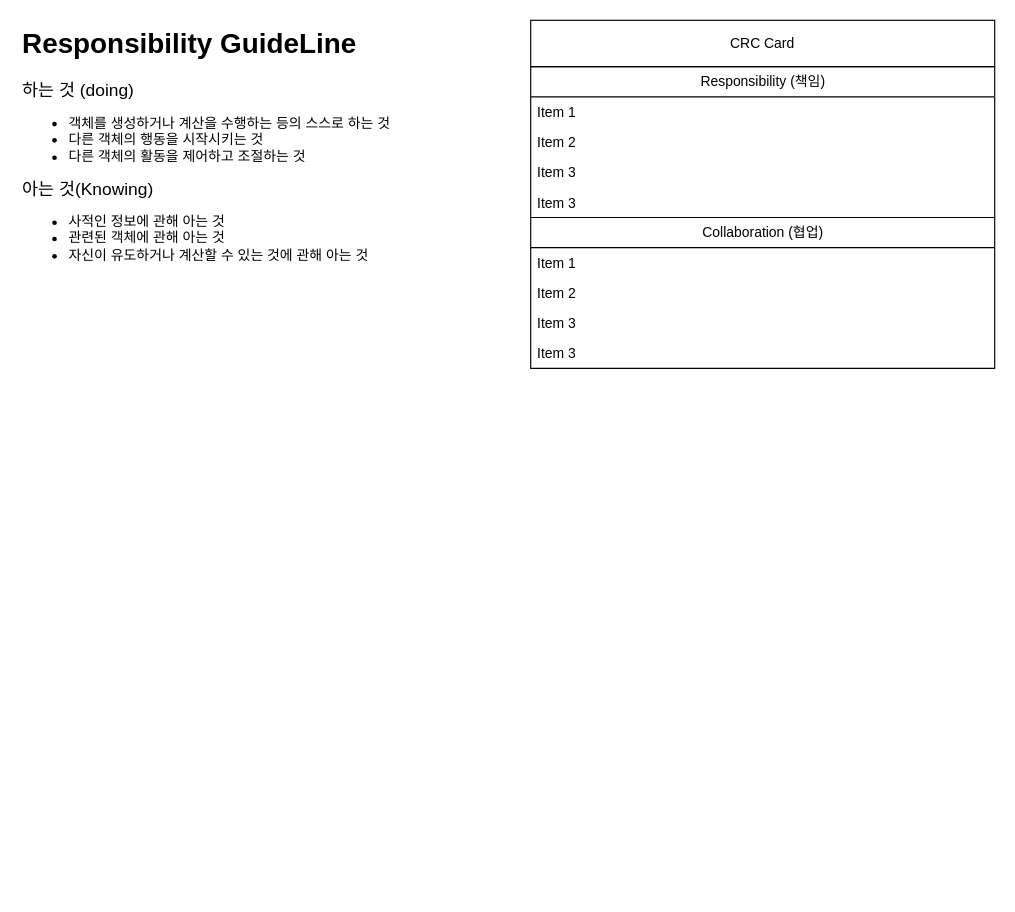
Before: page "Format" (3 of 3) of GameDesign.drawio in Dev-Lee-Jae-Wook/MobileTycoon, a draw.io diagram. Source tidied: cells renumbered, new cells numbered last; positions are measured from the earlier drawing's top-left corner, leaving out a move shared by most shapes. Both pictures are drawn from the tidied source at 116%, with x=0, y=0 at pixel (20, 20).
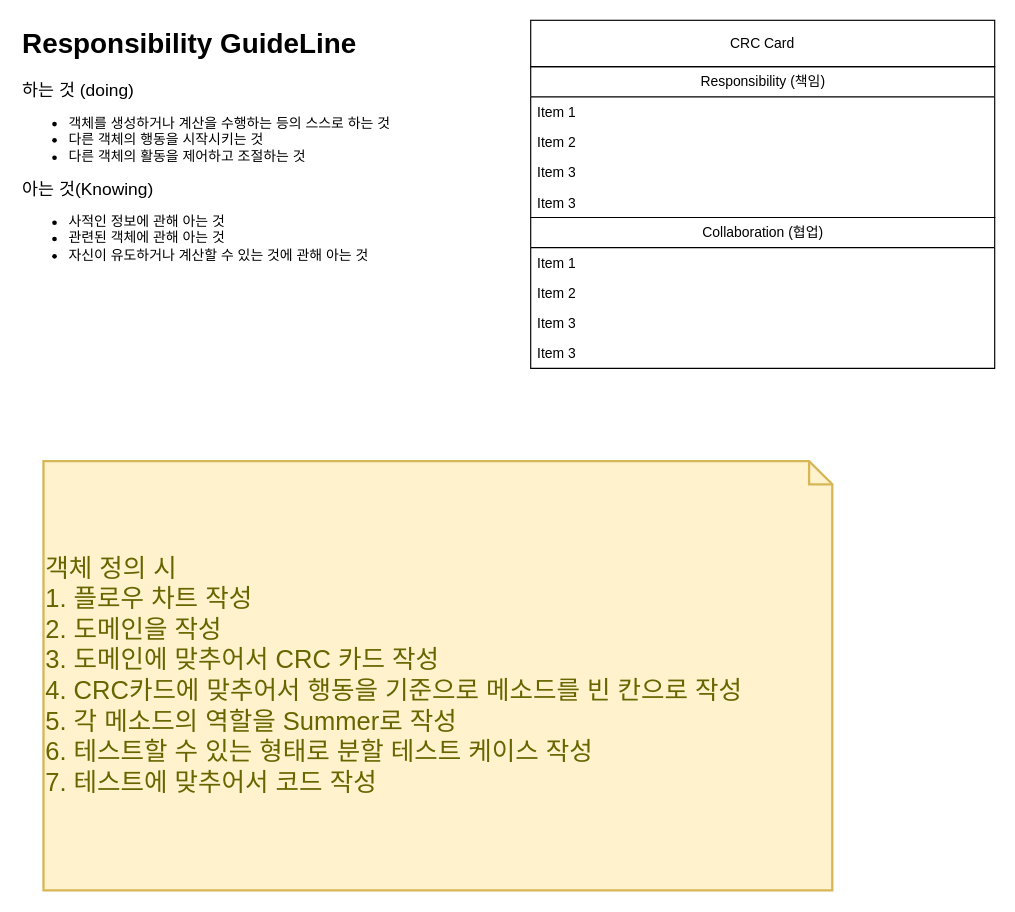
The same page after the edit.

What changed in the source:
```diff
@@
 <mxGraphModel>
   <root>
     <mxCell id="0" />
     <mxCell id="1" parent="0" />
     <mxCell id="2" value="&lt;h1 style=&quot;margin-top: 0px;&quot;&gt;Responsibility GuideLine&lt;/h1&gt;&lt;p&gt;&lt;font style=&quot;font-size: 15px;&quot;&gt;하는 것 (doing)&lt;/font&gt;&lt;/p&gt;&lt;p&gt;&lt;/p&gt;&lt;ul&gt;&lt;li&gt;&lt;font style=&quot;font-size: 12px;&quot;&gt;객체를 생성하거나 계산을 수행하는 등의 스스로 하는 것&lt;/font&gt;&lt;/li&gt;&lt;li&gt;&lt;font style=&quot;font-size: 12px;&quot;&gt;다른 객체의 행동을 시작시키는 것&lt;/font&gt;&lt;/li&gt;&lt;li&gt;&lt;font style=&quot;font-size: 12px;&quot;&gt;다른 객체의 활동을 제어하고 조절하는 것&lt;/font&gt;&lt;/li&gt;&lt;/ul&gt;&lt;div&gt;&lt;font style=&quot;font-size: 15px;&quot;&gt;아는 것(Knowing)&lt;/font&gt;&lt;/div&gt;&lt;div&gt;&lt;ul&gt;&lt;li style=&quot;&quot;&gt;사적인 정보에 관해 아는 것&lt;/li&gt;&lt;li style=&quot;&quot;&gt;관련된 객체에 관해 아는 것&lt;/li&gt;&lt;li style=&quot;&quot;&gt;자신이 유도하거나 계산할 수 있는 것에 관해 아는 것&lt;/li&gt;&lt;/ul&gt;&lt;/div&gt;&lt;p&gt;&lt;/p&gt;" style="text;html=1;whiteSpace=wrap;overflow=hidden;rounded=0;" parent="1" vertex="1">
       <mxGeometry width="400" height="230" as="geometry" />
     </mxCell>
     <mxCell id="3" style="group;" parent="1" vertex="1">
       <mxGeometry x="440" width="400" height="300" as="geometry" />
     </mxCell>
     <mxCell id="4" value="CRC Card" style="rounded=0;whiteSpace=wrap;html=1;" parent="3" vertex="1">
       <mxGeometry width="400" height="40" as="geometry" />
     </mxCell>
     <mxCell id="5" value="Responsibility (책임)" style="swimlane;fontStyle=0;horizontal=1;startSize=26;fillColor=none;html=1;" parent="3" vertex="1">
       <mxGeometry y="40" width="400" height="130" as="geometry" />
     </mxCell>
     <mxCell id="6" value="Item 1" style="text;strokeColor=none;fillColor=none;align=left;verticalAlign=top;spacingLeft=4;spacingRight=4;overflow=hidden;whiteSpace=wrap;html=1;" parent="5" vertex="1">
       <mxGeometry y="26" width="400" height="26" as="geometry" />
     </mxCell>
     <mxCell id="7" value="Item 2" style="text;strokeColor=none;fillColor=none;align=left;verticalAlign=top;spacingLeft=4;spacingRight=4;overflow=hidden;whiteSpace=wrap;html=1;" parent="5" vertex="1">
       <mxGeometry y="52" width="400" height="26" as="geometry" />
     </mxCell>
     <mxCell id="8" value="Item 3" style="text;strokeColor=none;fillColor=none;align=left;verticalAlign=top;spacingLeft=4;spacingRight=4;overflow=hidden;whiteSpace=wrap;html=1;" parent="5" vertex="1">
       <mxGeometry y="78" width="400" height="26" as="geometry" />
     </mxCell>
     <mxCell id="9" value="Item 3" style="text;strokeColor=none;fillColor=none;align=left;verticalAlign=top;spacingLeft=4;spacingRight=4;overflow=hidden;whiteSpace=wrap;html=1;" parent="5" vertex="1">
       <mxGeometry y="104" width="400" height="26" as="geometry" />
     </mxCell>
     <mxCell id="10" value="Collaboration (협업)" style="swimlane;fontStyle=0;horizontal=1;startSize=26;fillColor=none;html=1;swimlaneLine=1;" parent="3" vertex="1">
       <mxGeometry y="170" width="400" height="130" as="geometry" />
     </mxCell>
     <mxCell id="11" value="Item 1" style="text;strokeColor=none;fillColor=none;align=left;verticalAlign=top;spacingLeft=4;spacingRight=4;overflow=hidden;whiteSpace=wrap;html=1;" parent="10" vertex="1">
       <mxGeometry y="26" width="400" height="26" as="geometry" />
     </mxCell>
     <mxCell id="12" value="Item 2" style="text;strokeColor=none;fillColor=none;align=left;verticalAlign=top;spacingLeft=4;spacingRight=4;overflow=hidden;whiteSpace=wrap;html=1;" parent="10" vertex="1">
       <mxGeometry y="52" width="400" height="26" as="geometry" />
     </mxCell>
     <mxCell id="13" value="Item 3" style="text;strokeColor=none;fillColor=none;align=left;verticalAlign=top;spacingLeft=4;spacingRight=4;overflow=hidden;whiteSpace=wrap;html=1;" parent="10" vertex="1">
       <mxGeometry y="78" width="400" height="26" as="geometry" />
     </mxCell>
     <mxCell id="14" value="Item 3" style="text;strokeColor=none;fillColor=none;align=left;verticalAlign=top;spacingLeft=4;spacingRight=4;overflow=hidden;whiteSpace=wrap;html=1;" parent="10" vertex="1">
       <mxGeometry y="104" width="400" height="26" as="geometry" />
     </mxCell>
+    <mxCell id="15" value="&lt;div style=&quot;font-size: 22px;&quot;&gt;객체 정의 시&lt;/div&gt;&lt;div style=&quot;font-size: 22px;&quot;&gt;1. 플로우 차트 작성&lt;/div&gt;&lt;div style=&quot;font-size: 22px;&quot;&gt;2. 도메인을 작성&lt;/div&gt;&lt;div style=&quot;font-size: 22px;&quot;&gt;3. 도메인에 맞추어서 CRC 카드 작성&lt;/div&gt;&lt;div style=&quot;font-size: 22px;&quot;&gt;4. CRC카드에 맞추어서 행동을 기준으로 메소드를 빈 칸으로 작성&lt;/div&gt;&lt;div style=&quot;font-size: 22px;&quot;&gt;5. 각 메소드의 역할을 Summer로 작성&lt;/div&gt;&lt;div style=&quot;font-size: 22px;&quot;&gt;6. 테스트할 수 있는 형태로 분할 테스트 케이스 작성&lt;/div&gt;&lt;div style=&quot;font-size: 22px;&quot;&gt;7. 테스트에 맞추어서 코드 작성&lt;/div&gt;" style="shape=note;strokeWidth=2;fontSize=22;size=20;whiteSpace=wrap;html=1;fillColor=#fff2cc;strokeColor=#d6b656;fontColor=#666600;align=left;" parent="1" vertex="1">
+      <mxGeometry x="20" y="380" width="680" height="370" as="geometry" />
+    </mxCell>
   </root>
 </mxGraphModel>
```
